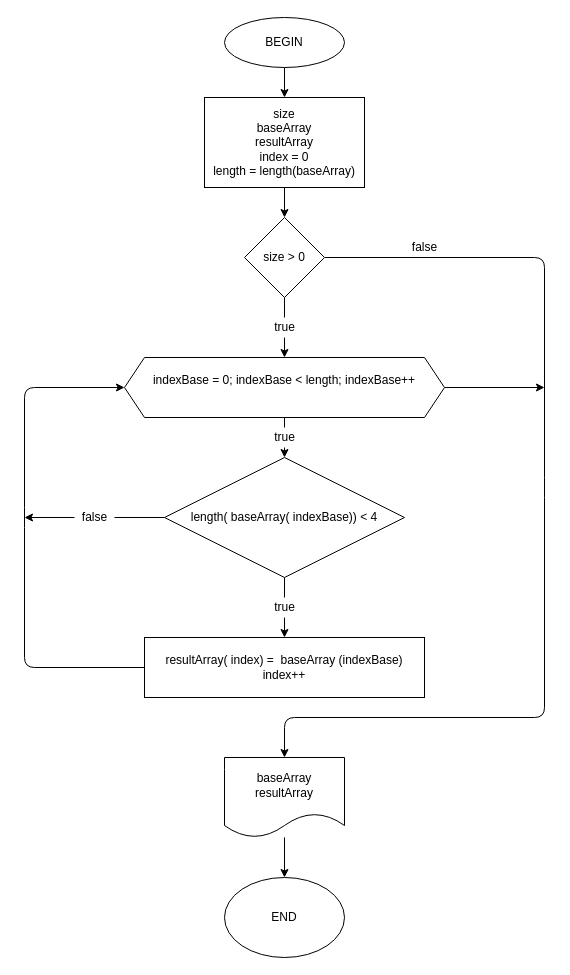
The draw.io diagram MainAlgorithm.drawio in SergeyBatenin/ExamFirstQuarter, before the edit. Source tidied: cells renumbered, new cells numbered last; positions are measured from the earlier drawing's top-left corner, leaving out a move shared by most shapes. Both pictures are drawn from the tidied source at 100%, with x=0, y=0 at pixel (24, 17).
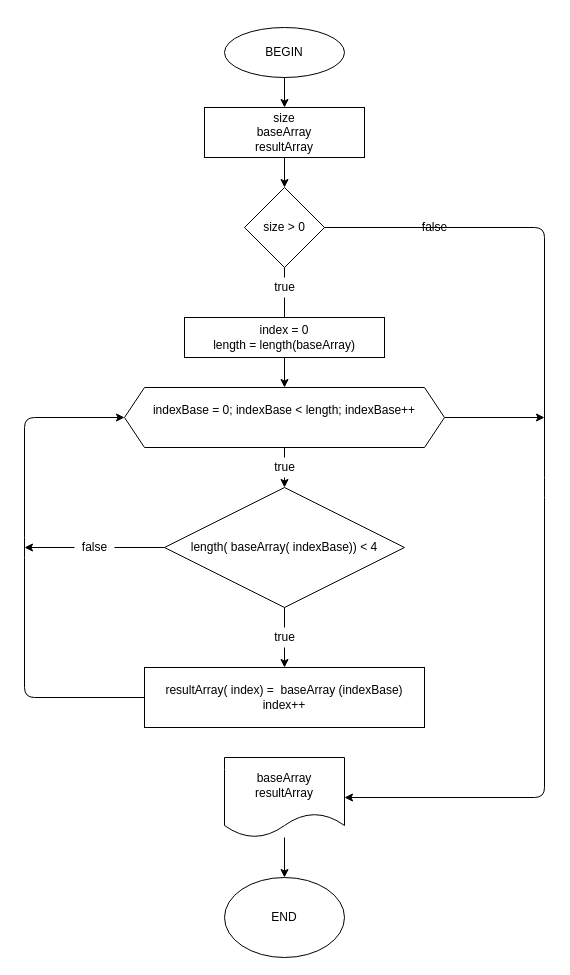
Above is the later version.

Unchanged cells that the change refers to:
```xml
<mxCell id="24" value="baseArray&lt;br&gt;resultArray" style="shape=document;whiteSpace=wrap;html=1;boundedLbl=1;" parent="1" vertex="1">
  <mxGeometry x="200" y="740" width="120" height="80" as="geometry" />
</mxCell>
```

Diff of the diagram source:
```diff
@@
     <mxCell id="3" value="BEGIN" style="ellipse;whiteSpace=wrap;html=1;" parent="1" vertex="1">
-      <mxGeometry x="200" width="120" height="50" as="geometry" />
+      <mxGeometry x="200" y="10" width="120" height="50" as="geometry" />
     </mxCell>
@@
-    <mxCell id="5" value="size&lt;br&gt;baseArray&lt;br&gt;resultArray&lt;br&gt;index = 0&lt;br&gt;length = length(baseArray)" style="rounded=0;whiteSpace=wrap;html=1;" parent="1" vertex="1">
-      <mxGeometry x="180" y="80" width="160" height="90" as="geometry" />
+    <mxCell id="5" value="size&lt;br&gt;baseArray&lt;br&gt;resultArray" style="rounded=0;whiteSpace=wrap;html=1;" parent="1" vertex="1">
+      <mxGeometry x="180" y="90" width="160" height="50" as="geometry" />
     </mxCell>
@@
     <mxCell id="7" style="edgeStyle=none;html=1;" parent="1" edge="1" source="8">
       <mxGeometry relative="1" as="geometry">
-        <mxPoint x="520" y="370" as="targetPoint" />
+        <mxPoint x="520" y="400" as="targetPoint" />
       </mxGeometry>
     </mxCell>
     <mxCell id="8" value="indexBase = 0; indexBase &amp;lt; length; indexBase++&lt;br&gt;&amp;nbsp;" style="shape=hexagon;perimeter=hexagonPerimeter2;whiteSpace=wrap;html=1;fixedSize=1;" parent="1" vertex="1">
-      <mxGeometry x="100" y="340" width="320" height="60" as="geometry" />
+      <mxGeometry x="100" y="370" width="320" height="60" as="geometry" />
     </mxCell>
@@
     <mxCell id="10" style="edgeStyle=none;html=1;exitX=0;exitY=0.5;exitDx=0;exitDy=0;startArrow=none;" parent="1" edge="1" source="21">
       <mxGeometry relative="1" as="geometry">
-        <mxPoint y="500" as="targetPoint" />
+        <mxPoint y="530" as="targetPoint" />
       </mxGeometry>
     </mxCell>
     <mxCell id="11" value="length( baseArray( indexBase)) &amp;lt; 4" style="rhombus;whiteSpace=wrap;html=1;" parent="1" vertex="1">
-      <mxGeometry x="140" y="440" width="240" height="120" as="geometry" />
+      <mxGeometry x="140" y="470" width="240" height="120" as="geometry" />
     </mxCell>
     <mxCell id="12" style="edgeStyle=none;html=1;entryX=0;entryY=0.5;entryDx=0;entryDy=0;" parent="1" edge="1" source="13" target="8">
       <mxGeometry relative="1" as="geometry">
         <Array as="points">
-          <mxPoint y="650" />
-          <mxPoint y="500" />
-          <mxPoint y="370" />
+          <mxPoint y="680" />
+          <mxPoint y="530" />
+          <mxPoint y="400" />
         </Array>
       </mxGeometry>
     </mxCell>
     <mxCell id="13" value="resultArray( index) =&amp;nbsp; baseArray (indexBase)&lt;br&gt;index++" style="rounded=0;whiteSpace=wrap;html=1;" parent="1" vertex="1">
-      <mxGeometry x="120" y="620" width="280" height="60" as="geometry" />
+      <mxGeometry x="120" y="650" width="280" height="60" as="geometry" />
     </mxCell>
@@
-    <mxCell id="15" style="edgeStyle=none;html=1;entryX=0.5;entryY=0;entryDx=0;entryDy=0;" parent="1" edge="1" source="16" target="24">
+    <mxCell id="15" style="edgeStyle=none;html=1;entryX=1;entryY=0.5;entryDx=0;entryDy=0;" parent="1" edge="1" source="16" target="24">
       <mxGeometry relative="1" as="geometry">
         <Array as="points">
-          <mxPoint x="520" y="240" />
+          <mxPoint x="520" y="210" />
           <mxPoint x="520" y="470" />
-          <mxPoint x="520" y="700" />
-          <mxPoint x="260" y="700" />
+          <mxPoint x="520" y="780" />
         </Array>
       </mxGeometry>
     </mxCell>
     <mxCell id="16" value="size &amp;gt; 0" style="rhombus;whiteSpace=wrap;html=1;" parent="1" vertex="1">
-      <mxGeometry x="220" y="200" width="80" height="80" as="geometry" />
+      <mxGeometry x="220" y="170" width="80" height="80" as="geometry" />
     </mxCell>
     <mxCell id="17" value="true" style="text;html=1;align=center;verticalAlign=middle;points=[];strokeColor=none;fillColor=none;" parent="1" vertex="1">
-      <mxGeometry x="240" y="300" width="40" height="20" as="geometry" />
+      <mxGeometry x="240" y="260" width="40" height="20" as="geometry" />
     </mxCell>
@@
     <mxCell id="19" value="true" style="text;html=1;align=center;verticalAlign=middle;points=[];strokeColor=none;fillColor=none;" parent="1" vertex="1">
-      <mxGeometry x="240" y="580" width="40" height="20" as="geometry" />
+      <mxGeometry x="240" y="610" width="40" height="20" as="geometry" />
     </mxCell>
@@
     <mxCell id="21" value="false" style="text;html=1;align=center;verticalAlign=middle;points=[];strokeColor=none;fillColor=none;" parent="1" vertex="1">
-      <mxGeometry x="50" y="490" width="40" height="20" as="geometry" />
+      <mxGeometry x="50" y="520" width="40" height="20" as="geometry" />
     </mxCell>
@@
     <mxCell id="25" value="true" style="text;html=1;align=center;verticalAlign=middle;points=[];strokeColor=none;fillColor=none;" parent="1" vertex="1">
-      <mxGeometry x="240" y="410" width="40" height="20" as="geometry" />
+      <mxGeometry x="240" y="440" width="40" height="20" as="geometry" />
     </mxCell>
@@
     <mxCell id="27" value="false" style="text;html=1;align=center;verticalAlign=middle;strokeColor=none;fillColor=none;" parent="1" vertex="1">
-      <mxGeometry x="380" y="220" width="40" height="20" as="geometry" />
+      <mxGeometry x="390" y="200" width="40" height="20" as="geometry" />
     </mxCell>
@@
+    <mxCell id="29" value="index = 0&lt;br&gt;length = length(baseArray)" style="rounded=0;whiteSpace=wrap;html=1;" parent="1" vertex="1">
+      <mxGeometry x="160" y="300" width="200" height="40" as="geometry" />
+    </mxCell>
```
